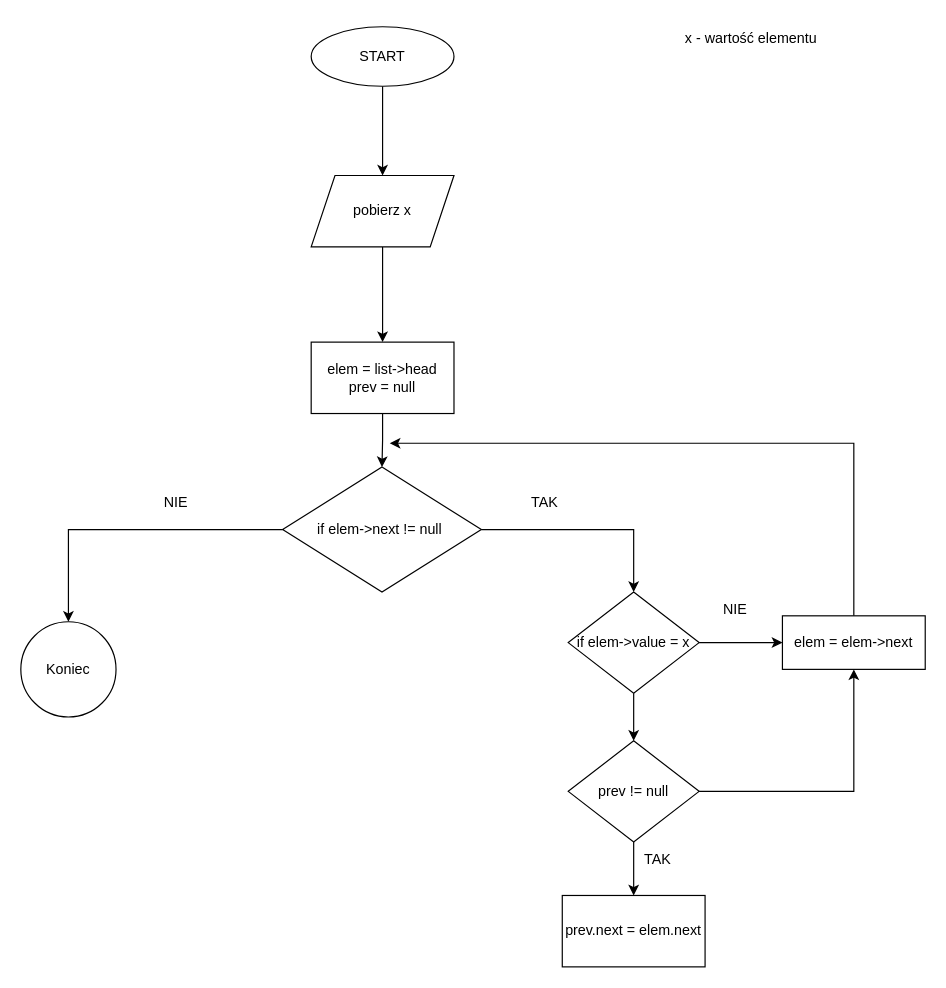
Above: page "Zadanie 4" (5 of 11) of Diagram bez tytułu.drawio in Pawel-Lechki/algorytmy-cwiczenia (draw.io), before the change. Source tidied: cells renumbered, new cells numbered last; positions are measured from the earlier drawing's top-left corner, leaving out a move shared by most shapes. Both pictures are drawn from the tidied source at 119%, with x=0, y=0 at pixel (20, 20).
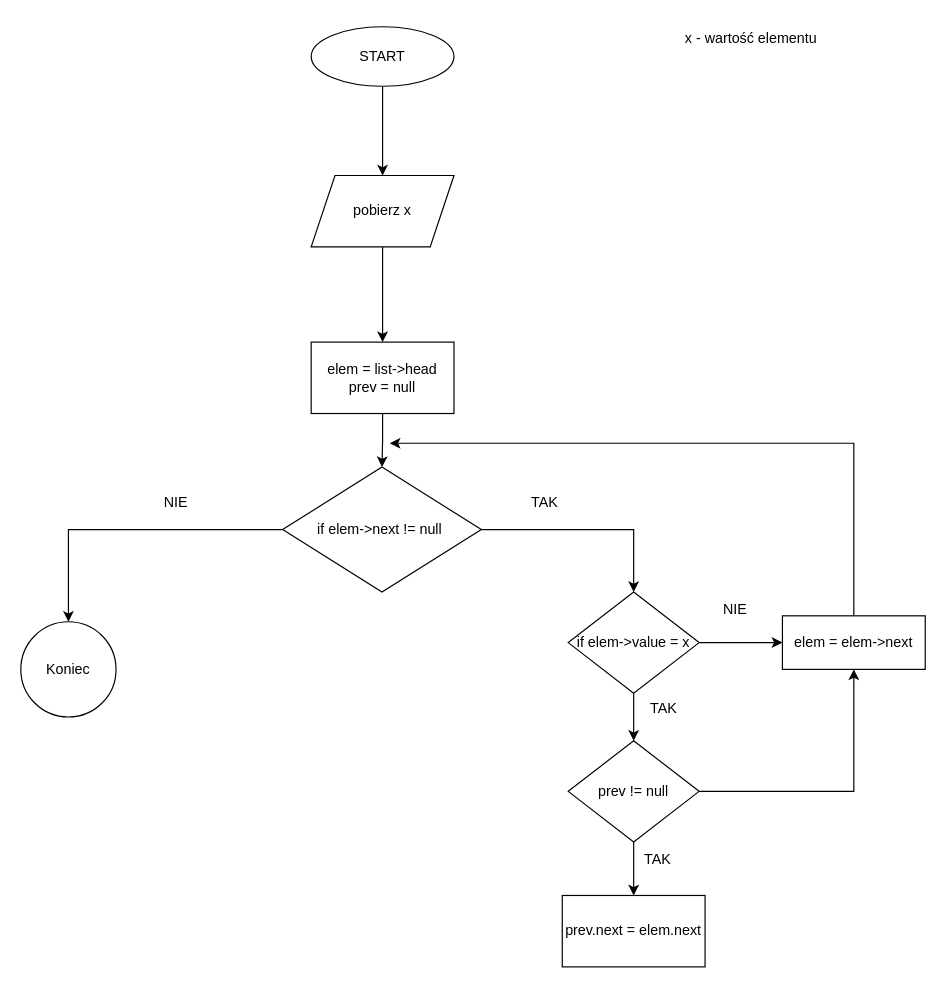
Above is the later version.

Change to the diagram source:
```diff
@@
+    <mxCell id="26" value="TAK" style="text;html=1;align=center;verticalAlign=middle;strokeColor=none;fillColor=none;" parent="1" vertex="1">
+      <mxGeometry x="515" y="563" width="50" height="30" as="geometry" />
+    </mxCell>
```
